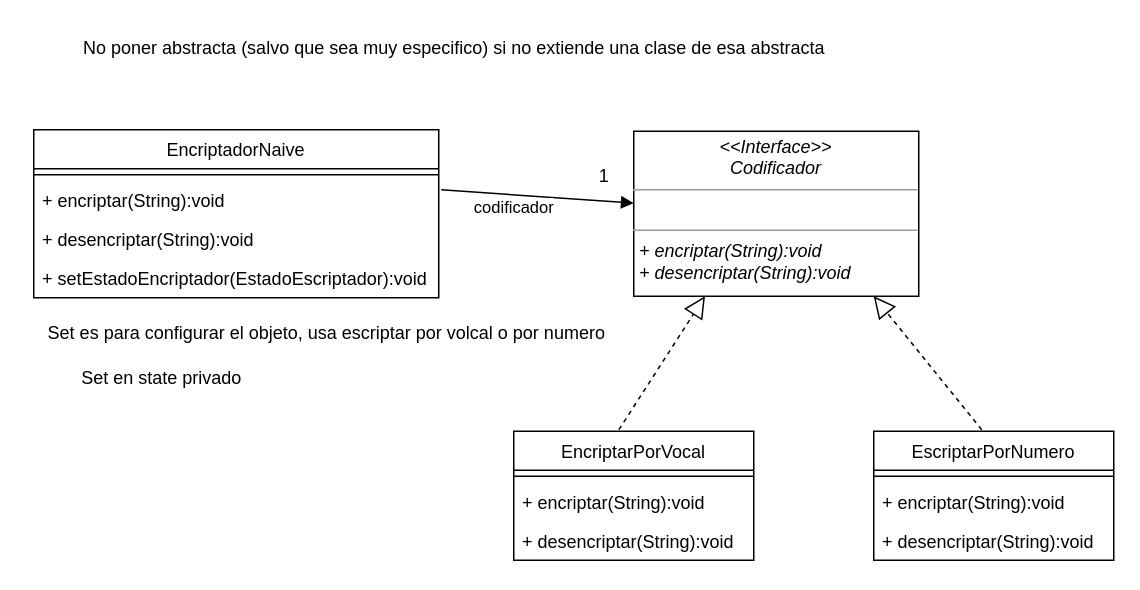
nhubczyk/Diagramas-UML keeps this draw.io diagram as unq-po2-strategy-Encriptacion.drawio. Above is the earlier version. Source tidied: cells renumbered, new cells numbered last; positions are measured from the earlier drawing's top-left corner, leaving out a move shared by most shapes. Both pictures are drawn from the tidied source at 150%, with x=0, y=0 at pixel (26, 26).
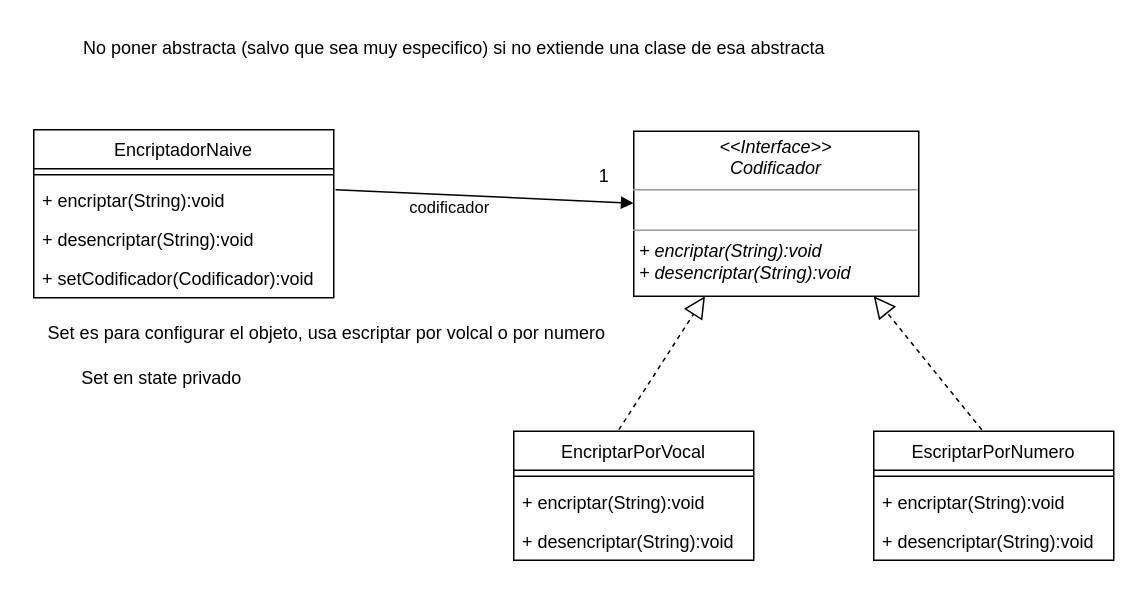
The same page after the edit.

Diff of the diagram source:
```diff
@@
     <mxCell id="3" value="EncriptadorNaive" style="swimlane;fontStyle=0;align=center;verticalAlign=top;horizontal=1;startSize=26;" parent="1" vertex="1">
-      <mxGeometry x="5" y="69" width="270" height="112" as="geometry" />
+      <mxGeometry x="5" y="69" width="200" height="112" as="geometry" />
     </mxCell>
     <mxCell id="4" style="line;strokeWidth=1;fillColor=none;align=left;verticalAlign=middle;spacingTop=-1;spacingLeft=3;spacingRight=3;labelPosition=right;strokeColor=inherit;" parent="3" vertex="1">
-      <mxGeometry y="26" width="270" height="8" as="geometry" />
+      <mxGeometry y="26" width="200" height="8" as="geometry" />
     </mxCell>
     <mxCell id="5" value="+ encriptar(String):void" style="text;strokeColor=none;fillColor=none;align=left;verticalAlign=top;spacingLeft=4;spacingRight=4;overflow=hidden;points=[[0,0.5],[1,0.5]];portConstraint=eastwest;" parent="3" vertex="1">
-      <mxGeometry y="34" width="270" height="26" as="geometry" />
+      <mxGeometry y="34" width="200" height="26" as="geometry" />
     </mxCell>
     <mxCell id="6" value="+ desencriptar(String):void" style="text;strokeColor=none;fillColor=none;align=left;verticalAlign=top;spacingLeft=4;spacingRight=4;overflow=hidden;" parent="3" vertex="1">
-      <mxGeometry y="60" width="270" height="26" as="geometry" />
+      <mxGeometry y="60" width="200" height="26" as="geometry" />
     </mxCell>
-    <mxCell id="7" value="+ setEstadoEncriptador(EstadoEscriptador):void" style="text;strokeColor=none;fillColor=none;align=left;verticalAlign=top;spacingLeft=4;spacingRight=4;overflow=hidden;" parent="3" vertex="1">
-      <mxGeometry y="86" width="270" height="26" as="geometry" />
+    <mxCell id="7" value="+ setCodificador(Codificador):void" style="text;strokeColor=none;fillColor=none;align=left;verticalAlign=top;spacingLeft=4;spacingRight=4;overflow=hidden;" parent="3" vertex="1">
+      <mxGeometry y="86" width="200" height="26" as="geometry" />
     </mxCell>
```
